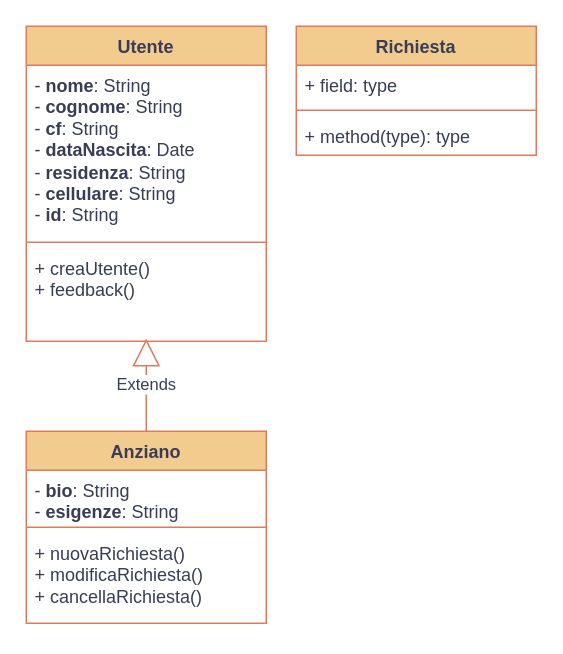
This is docs/D2 Classi - GenerAzioni.drawio from tt-detto-titti/generazioni, a draw.io file, before an edit. Source tidied: cells renumbered, new cells numbered last; positions are measured from the earlier drawing's top-left corner, leaving out a move shared by most shapes. Both pictures are drawn from the tidied source at 150%, with x=0, y=0 at pixel (26, 26).
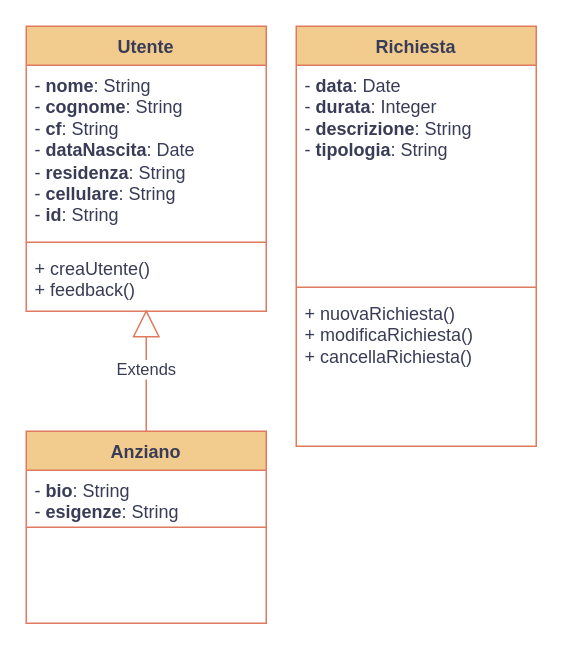
The same diagram, later.

Commit message (it also covers changes not shown here):
Aggiornato schema delle classi

Change to the diagram source:
```diff
@@
 <mxGraphModel>
   <root>
     <mxCell id="0" />
     <mxCell id="1" parent="0" />
     <mxCell id="2" value="Utente" style="swimlane;fontStyle=1;align=center;verticalAlign=top;horizontal=1;startSize=26;whiteSpace=wrap;html=1;labelBackgroundColor=none;fillColor=#F2CC8F;strokeColor=#E07A5F;fontColor=#393C56;" parent="1" vertex="1">
-      <mxGeometry width="160" height="210" as="geometry" />
+      <mxGeometry width="160" height="190" as="geometry" />
     </mxCell>
     <mxCell id="3" value="- &lt;b&gt;nome&lt;/b&gt;: String&lt;div&gt;- &lt;b&gt;cognome&lt;/b&gt;: String&lt;/div&gt;&lt;div&gt;- &lt;b&gt;cf&lt;/b&gt;: String&lt;/div&gt;&lt;div&gt;- &lt;b&gt;dataNascita&lt;/b&gt;: Date&lt;/div&gt;&lt;div&gt;- &lt;b&gt;residenza&lt;/b&gt;: String&lt;/div&gt;&lt;div&gt;- &lt;b&gt;cellulare&lt;/b&gt;: String&lt;/div&gt;&lt;div&gt;- &lt;b&gt;id&lt;/b&gt;: String&lt;/div&gt;" style="text;strokeColor=none;fillColor=none;align=left;verticalAlign=top;spacingLeft=4;spacingRight=4;overflow=hidden;whiteSpace=wrap;html=1;labelBackgroundColor=none;fontColor=#393C56;" parent="2" vertex="1">
       <mxGeometry y="26" width="160" height="114" as="geometry" />
     </mxCell>
     <mxCell id="4" style="line;strokeWidth=1;fillColor=none;align=left;verticalAlign=middle;spacingTop=-1;spacingLeft=3;spacingRight=3;labelPosition=right;strokeColor=#E07A5F;labelBackgroundColor=none;fontColor=#393C56;" parent="2" vertex="1">
       <mxGeometry y="140" width="160" height="8" as="geometry" />
     </mxCell>
     <mxCell id="5" value="&lt;div&gt;+ creaUtente()&lt;/div&gt;+ feedback()" style="text;strokeColor=none;fillColor=none;align=left;verticalAlign=top;spacingLeft=4;spacingRight=4;overflow=hidden;points=[[0,0.5],[1,0.5]];portConstraint=eastwest;whiteSpace=wrap;html=1;labelBackgroundColor=none;fontColor=#393C56;" parent="2" vertex="1">
-      <mxGeometry y="148" width="160" height="62" as="geometry" />
+      <mxGeometry y="148" width="160" height="42" as="geometry" />
     </mxCell>
     <mxCell id="6" value="Richiesta" style="swimlane;fontStyle=1;align=center;verticalAlign=top;horizontal=1;startSize=26;whiteSpace=wrap;html=1;strokeColor=#E07A5F;fontColor=#393C56;fillColor=#F2CC8F;" parent="1" vertex="1">
-      <mxGeometry x="180" width="160" height="86" as="geometry" />
+      <mxGeometry x="180" width="160" height="280" as="geometry" />
     </mxCell>
-    <mxCell id="7" value="+ field: type" style="text;strokeColor=none;fillColor=none;align=left;verticalAlign=top;spacingLeft=4;spacingRight=4;overflow=hidden;whiteSpace=wrap;html=1;fontColor=#393C56;" parent="6" vertex="1">
-      <mxGeometry y="26" width="160" height="26" as="geometry" />
+    <mxCell id="7" value="- &lt;b&gt;data&lt;/b&gt;: Date&lt;div&gt;- &lt;b&gt;durata&lt;/b&gt;: Integer&lt;/div&gt;&lt;div&gt;- &lt;b&gt;descrizione&lt;/b&gt;: String&lt;/div&gt;&lt;div&gt;- &lt;b&gt;tipologia&lt;/b&gt;: String&lt;/div&gt;" style="text;strokeColor=none;fillColor=none;align=left;verticalAlign=top;spacingLeft=4;spacingRight=4;overflow=hidden;whiteSpace=wrap;html=1;fontColor=#393C56;" parent="6" vertex="1">
+      <mxGeometry y="26" width="160" height="144" as="geometry" />
     </mxCell>
     <mxCell id="8" style="line;strokeWidth=1;fillColor=none;align=left;verticalAlign=middle;spacingTop=-1;spacingLeft=3;spacingRight=3;labelPosition=right;strokeColor=inherit;fontColor=#393C56;" parent="6" vertex="1">
-      <mxGeometry y="52" width="160" height="8" as="geometry" />
+      <mxGeometry y="170" width="160" height="8" as="geometry" />
     </mxCell>
-    <mxCell id="9" value="+ method(type): type" style="text;strokeColor=none;fillColor=none;align=left;verticalAlign=top;spacingLeft=4;spacingRight=4;overflow=hidden;whiteSpace=wrap;html=1;fontColor=#393C56;" parent="6" vertex="1">
-      <mxGeometry y="60" width="160" height="26" as="geometry" />
+    <mxCell id="9" value="+ nuovaRichiesta()&lt;div&gt;+ modificaRichiesta()&lt;/div&gt;&lt;div&gt;+ cancellaRichiesta()&lt;/div&gt;&lt;div&gt;&lt;br&gt;&lt;/div&gt;" style="text;strokeColor=none;fillColor=none;align=left;verticalAlign=top;spacingLeft=4;spacingRight=4;overflow=hidden;whiteSpace=wrap;html=1;fontColor=#393C56;" parent="6" vertex="1">
+      <mxGeometry y="178" width="160" height="102" as="geometry" />
     </mxCell>
     <mxCell id="10" value="Anziano&lt;div&gt;&lt;br&gt;&lt;/div&gt;" style="swimlane;fontStyle=1;align=center;verticalAlign=top;horizontal=1;startSize=26;whiteSpace=wrap;html=1;strokeColor=#E07A5F;fontColor=#393C56;fillColor=#F2CC8F;" parent="1" vertex="1">
       <mxGeometry y="270" width="160" height="128" as="geometry" />
     </mxCell>
     <mxCell id="11" value="- &lt;b&gt;bio&lt;/b&gt;: String&lt;div&gt;- &lt;b&gt;esigenze&lt;/b&gt;: String&lt;/div&gt;" style="text;strokeColor=none;fillColor=none;align=left;verticalAlign=top;spacingLeft=4;spacingRight=4;overflow=hidden;whiteSpace=wrap;html=1;fontColor=#393C56;" parent="10" vertex="1">
       <mxGeometry y="26" width="160" height="34" as="geometry" />
     </mxCell>
     <mxCell id="12" style="line;strokeWidth=1;fillColor=none;align=left;verticalAlign=middle;spacingTop=-1;spacingLeft=3;spacingRight=3;labelPosition=right;strokeColor=inherit;fontColor=#393C56;" parent="10" vertex="1">
       <mxGeometry y="60" width="160" height="8" as="geometry" />
     </mxCell>
-    <mxCell id="13" value="+ nuovaRichiesta()&lt;div&gt;+ modificaRichiesta()&lt;/div&gt;&lt;div&gt;+ cancellaRichiesta()&lt;/div&gt;&lt;div&gt;&lt;br&gt;&lt;/div&gt;" style="text;strokeColor=none;fillColor=none;align=left;verticalAlign=top;spacingLeft=4;spacingRight=4;overflow=hidden;whiteSpace=wrap;html=1;fontColor=#393C56;" parent="10" vertex="1">
+    <mxCell id="13" value="&lt;div&gt;&lt;br&gt;&lt;/div&gt;" style="text;strokeColor=none;fillColor=none;align=left;verticalAlign=top;spacingLeft=4;spacingRight=4;overflow=hidden;whiteSpace=wrap;html=1;fontColor=#393C56;" parent="10" vertex="1">
       <mxGeometry y="68" width="160" height="60" as="geometry" />
     </mxCell>
     <mxCell id="14" value="Extends" style="endArrow=block;endSize=16;endFill=0;html=1;rounded=0;strokeColor=#E07A5F;fontColor=#393C56;fillColor=#F2CC8F;exitX=0.5;exitY=0;exitDx=0;exitDy=0;entryX=0.5;entryY=0.972;entryDx=0;entryDy=0;entryPerimeter=0;" parent="1" edge="1" source="10" target="5">
       <mxGeometry relative="1" as="geometry" />
     </mxCell>
   </root>
 </mxGraphModel>
```
